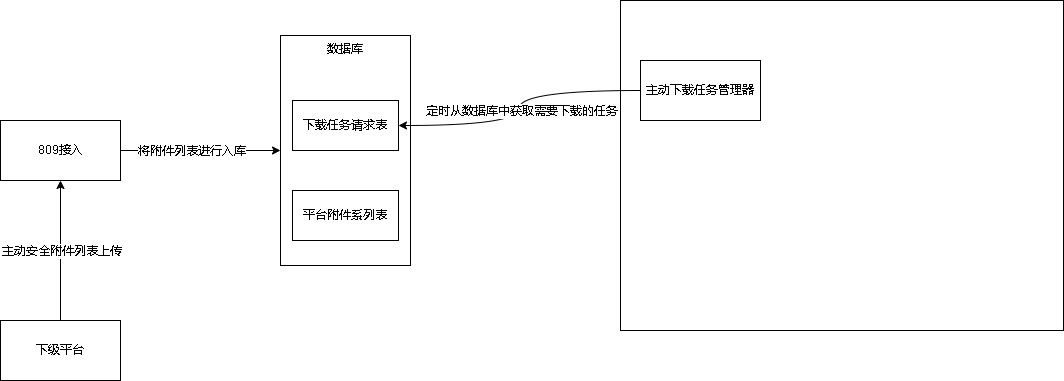
The draw.io diagram 809上传附件列表支持下载.drawio.png in xktder/draw, before a commit. Source tidied: cells renumbered, new cells last; positions are measured from the earlier drawing's top-left corner, leaving out a move shared by most shapes.
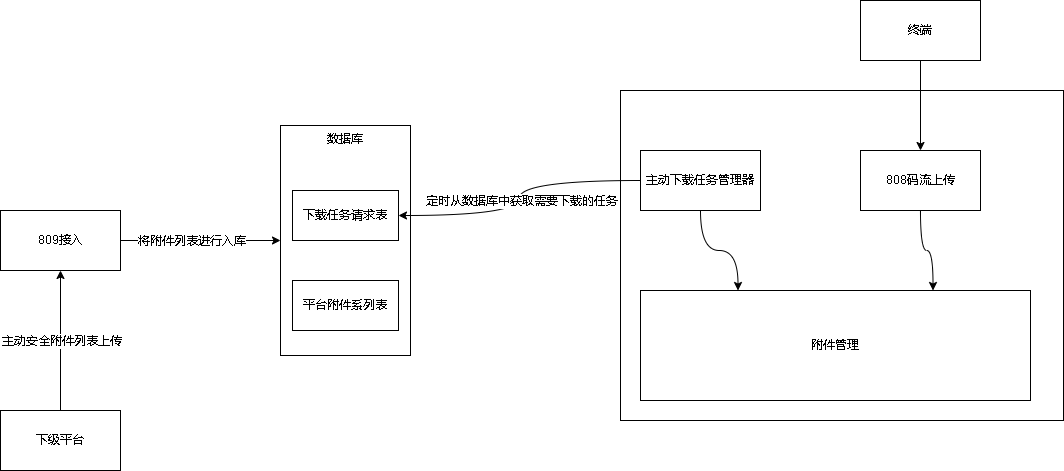
The same file after the commit.

Commit message:
更新809上传附件列表支持下载.drawio.png

Diff of the diagram source:
```diff
@@ -44,8 +44,26 @@
         <mxPoint x="-22" y="14" as="offset" />
       </mxGeometry>
     </mxCell>
+    <mxCell id="15" style="edgeStyle=orthogonalEdgeStyle;rounded=0;jettySize=auto;html=1;entryX=0.25;entryY=0;entryDx=0;entryDy=0;curved=1;" parent="1" edge="1" source="14" target="16">
+      <mxGeometry relative="1" as="geometry" />
+    </mxCell>
     <mxCell id="14" value="主动下载任务管理器" style="rounded=0;whiteSpace=wrap;html=1;" parent="1" vertex="1">
       <mxGeometry x="640" y="60" width="120" height="60" as="geometry" />
     </mxCell>
+    <mxCell id="16" value="附件管理" style="rounded=0;whiteSpace=wrap;html=1;" parent="1" vertex="1">
+      <mxGeometry x="640" y="200" width="390" height="110" as="geometry" />
+    </mxCell>
+    <mxCell id="17" style="edgeStyle=orthogonalEdgeStyle;rounded=0;jettySize=auto;html=1;entryX=0.75;entryY=0;entryDx=0;entryDy=0;curved=1;" parent="1" edge="1" source="18" target="16">
+      <mxGeometry relative="1" as="geometry" />
+    </mxCell>
+    <mxCell id="18" value="808码流上传" style="rounded=0;whiteSpace=wrap;html=1;" parent="1" vertex="1">
+      <mxGeometry x="860" y="60" width="120" height="60" as="geometry" />
+    </mxCell>
+    <mxCell id="19" style="edgeStyle=orthogonalEdgeStyle;rounded=0;jettySize=auto;html=1;exitX=0.5;exitY=1;exitDx=0;exitDy=0;" parent="1" edge="1" source="20" target="18">
+      <mxGeometry relative="1" as="geometry" />
+    </mxCell>
+    <mxCell id="20" value="终端" style="rounded=0;whiteSpace=wrap;html=1;" parent="1" vertex="1">
+      <mxGeometry x="860" y="-90" width="120" height="60" as="geometry" />
+    </mxCell>
   </root>
 </mxGraphModel>
```
